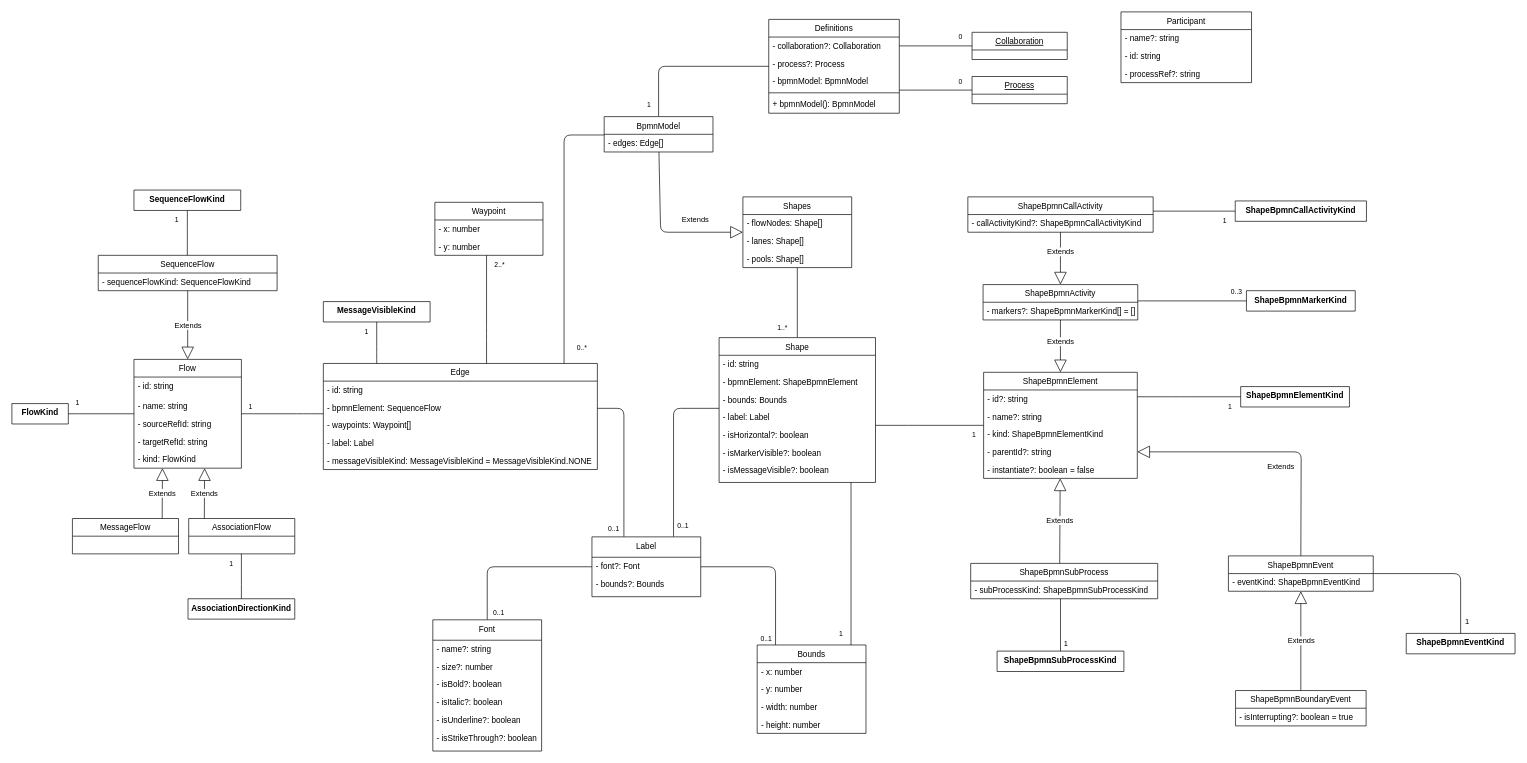
Above: docs/architecture/images/architecture/internal-model.drawio in process-analytics/bpmn-visualization-js (draw.io), before the change. Source tidied: cells renumbered, new cells numbered last; positions are measured from the earlier drawing's top-left corner, leaving out a move shared by most shapes. Both pictures are drawn from the tidied source at 68%, with x=0, y=0 at pixel (12, 12).
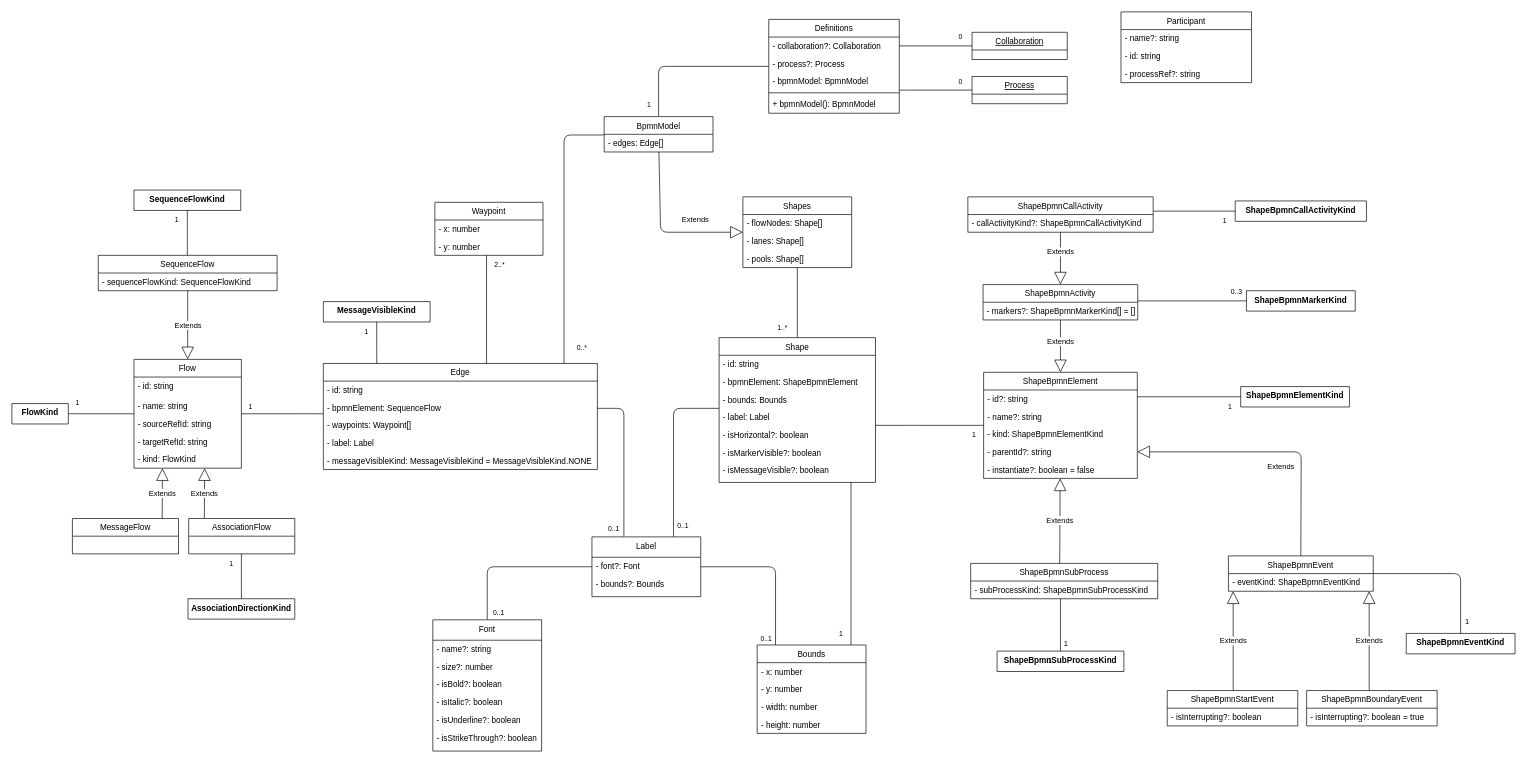
Above is the later version.

Unchanged cells that the change refers to:
```xml
<mxCell id="124" value="ShapeBpmnEvent" style="swimlane;fontStyle=0;horizontal=1;startSize=26;fillColor=none;shadow=0;" parent="1" vertex="1">
  <mxGeometry x="1789" y="800" width="213" height="52" as="geometry" />
</mxCell>
```

What changed in the source:
```diff
@@
-    <mxCell id="52" value="Extends" style="endArrow=block;endSize=16;endFill=0;html=1;shadow=0;" parent="1" edge="1" source="126" target="124">
-      <mxGeometry relative="1" as="geometry" />
+    <mxCell id="52" value="Extends" style="endArrow=block;endSize=16;endFill=0;html=1;shadow=0;" parent="1" edge="1">
+      <mxGeometry relative="1" as="geometry">
+        <mxPoint x="1996" y="998" as="sourcePoint" />
+        <mxPoint x="1996" y="852" as="targetPoint" />
+      </mxGeometry>
     </mxCell>
@@
-    <mxCell id="126" value="ShapeBpmnBoundaryEvent" style="swimlane;fontStyle=0;horizontal=1;startSize=26;fillColor=none;shadow=0;" parent="1" vertex="1">
-      <mxGeometry x="1799.5" y="998" width="192" height="52" as="geometry" />
-    </mxCell>
-    <mxCell id="127" value="- isInterrupting?: boolean = true" style="text;strokeColor=none;fillColor=none;align=left;verticalAlign=top;spacingLeft=4;spacingRight=4;overflow=hidden;shadow=0;" parent="126" vertex="1">
-      <mxGeometry y="26" width="192" height="26" as="geometry" />
-    </mxCell>
@@
+    <mxCell id="126" value="ShapeBpmnBoundaryEvent" style="swimlane;fontStyle=0;horizontal=1;startSize=26;fillColor=none;shadow=0;" parent="1" vertex="1">
+      <mxGeometry x="1904" y="998" width="192" height="52" as="geometry" />
+    </mxCell>
+    <mxCell id="127" value="- isInterrupting?: boolean = true" style="text;strokeColor=none;fillColor=none;align=left;verticalAlign=top;spacingLeft=4;spacingRight=4;overflow=hidden;shadow=0;" parent="126" vertex="1">
+      <mxGeometry y="26" width="192" height="26" as="geometry" />
+    </mxCell>
+    <mxCell id="143" value="ShapeBpmnStartEvent" style="swimlane;fontStyle=0;horizontal=1;startSize=26;fillColor=none;shadow=0;" parent="1" vertex="1">
+      <mxGeometry x="1699" y="998" width="192" height="52" as="geometry" />
+    </mxCell>
+    <mxCell id="144" value="- isInterrupting?: boolean" style="text;strokeColor=none;fillColor=none;align=left;verticalAlign=top;spacingLeft=4;spacingRight=4;overflow=hidden;shadow=0;" parent="143" vertex="1">
+      <mxGeometry y="26" width="192" height="26" as="geometry" />
+    </mxCell>
+    <mxCell id="145" value="Extends" style="endArrow=block;endSize=16;endFill=0;html=1;shadow=0;" parent="1" edge="1">
+      <mxGeometry relative="1" as="geometry">
+        <mxPoint x="1796" y="998" as="sourcePoint" />
+        <mxPoint x="1796" y="852" as="targetPoint" />
+      </mxGeometry>
+    </mxCell>
```
